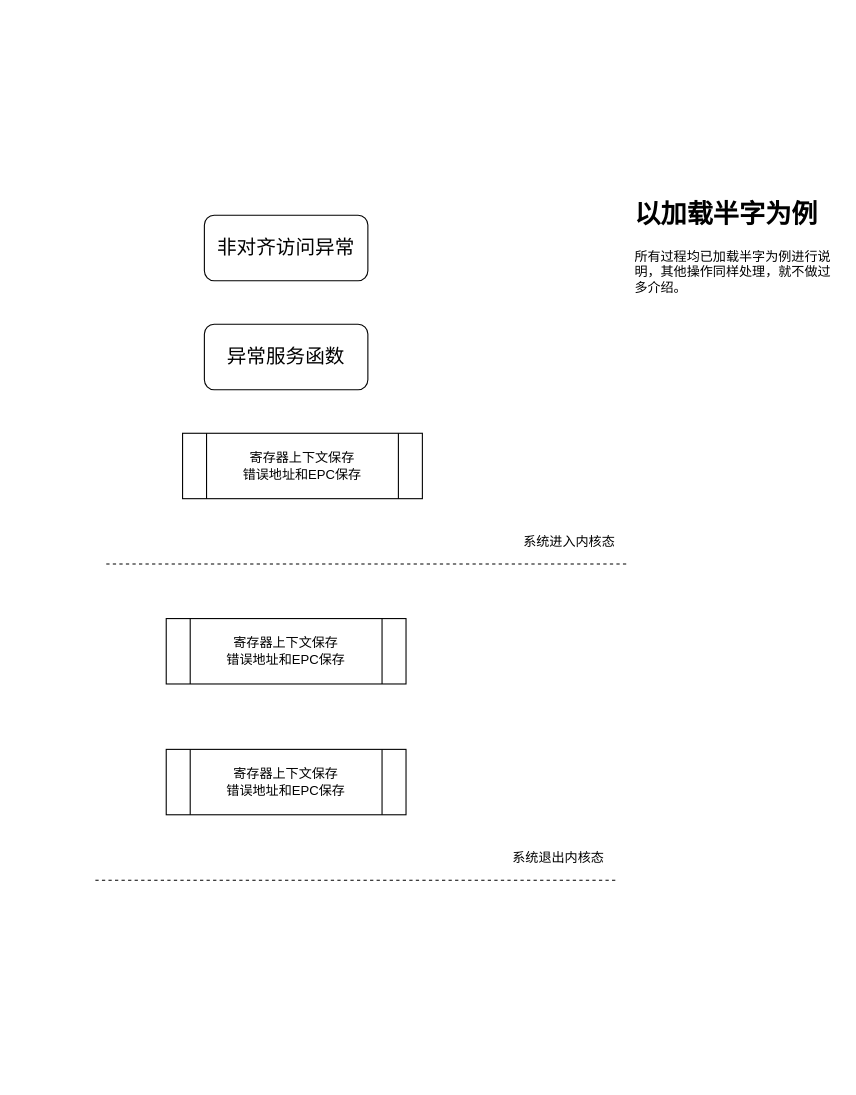
Earlier version of the draw.io diagram page "软件流程图" (2 of 3) of draw/SylixOS handle unaligned acesses.drawio (peng-fan/drawio). Source tidied: cells renumbered, new cells numbered last; positions are measured from the earlier drawing's top-left corner, leaving out a move shared by most shapes. Both pictures are drawn from the tidied source at 109%, with x=0, y=0 at pixel (95, 193).
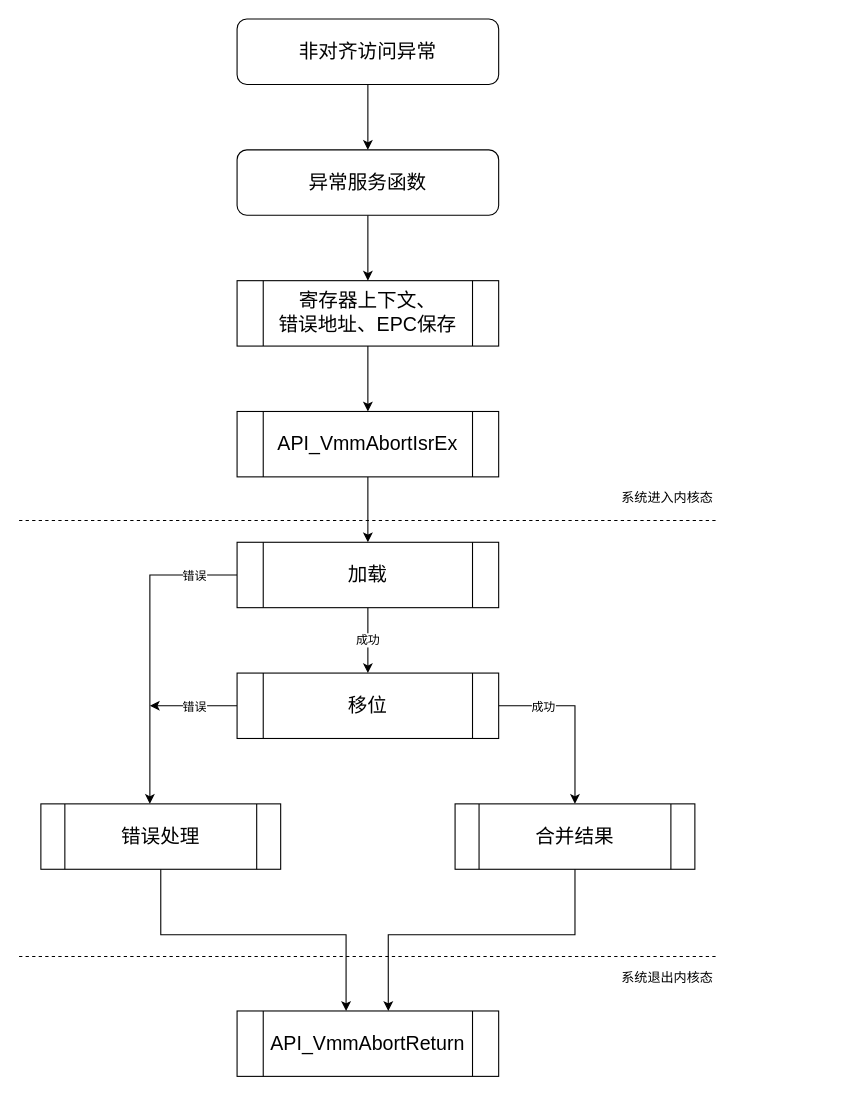
Above is the later version.

The edit, as a diff of the source:
```diff
@@
+    <mxCell id="12" style="edgeStyle=orthogonalEdgeStyle;rounded=0;jettySize=auto;html=1;" parent="1" edge="1" source="2" target="5">
+      <mxGeometry relative="1" as="geometry" />
+    </mxCell>
     <mxCell id="2" value="&lt;font style=&quot;font-size: 18px&quot;&gt;非对齐访问异常&lt;/font&gt;" style="rounded=1;whiteSpace=wrap;html=1;" parent="1" vertex="1">
-      <mxGeometry x="100" y="20" width="150" height="60" as="geometry" />
+      <mxGeometry x="130" y="-160" width="240" height="60" as="geometry" />
     </mxCell>
+    <mxCell id="13" style="edgeStyle=orthogonalEdgeStyle;rounded=0;jettySize=auto;html=1;entryX=0.5;entryY=0;entryDx=0;entryDy=0;" parent="1" edge="1" source="3" target="23">
+      <mxGeometry relative="1" as="geometry" />
+    </mxCell>
-    <mxCell id="3" value="寄存器上下文保存&lt;br&gt;错误地址和EPC保存" style="shape=process;whiteSpace=wrap;html=1;backgroundOutline=1;" parent="1" vertex="1">
-      <mxGeometry x="80" y="220" width="220" height="60" as="geometry" />
+    <mxCell id="3" value="&lt;font style=&quot;font-size: 18px&quot;&gt;寄存器上下文、&lt;br&gt;错误地址、EPC保存&lt;/font&gt;" style="shape=process;whiteSpace=wrap;html=1;backgroundOutline=1;" parent="1" vertex="1">
+      <mxGeometry x="130" y="80" width="240" height="60" as="geometry" />
     </mxCell>
-    <mxCell id="4" value="&lt;h1&gt;以加载半字为例&lt;/h1&gt;&lt;p&gt;所有过程均已加载半字为例进行说明，其他操作同样处理，就不做过多介绍。&lt;/p&gt;" style="text;html=1;strokeColor=none;fillColor=none;spacing=5;spacingTop=-20;whiteSpace=wrap;overflow=hidden;rounded=0;" parent="1" vertex="1">
-      <mxGeometry x="490" width="190" height="120" as="geometry" />
-    </mxCell>
+    <mxCell id="14" style="edgeStyle=orthogonalEdgeStyle;rounded=0;jettySize=auto;html=1;entryX=0.5;entryY=0;entryDx=0;entryDy=0;" parent="1" edge="1" source="5" target="3">
+      <mxGeometry relative="1" as="geometry" />
+    </mxCell>
     <mxCell id="5" value="&lt;font style=&quot;font-size: 18px&quot;&gt;异常服务函数&lt;/font&gt;" style="rounded=1;whiteSpace=wrap;html=1;" parent="1" vertex="1">
-      <mxGeometry x="100" y="120" width="150" height="60" as="geometry" />
+      <mxGeometry x="130" y="-40" width="240" height="60" as="geometry" />
     </mxCell>
     <mxCell id="6" style="endArrow=none;dashed=1;html=1;" parent="1" edge="1">
       <mxGeometry relative="1" as="geometry">
-        <mxPoint x="10" y="340" as="sourcePoint" />
-        <mxPoint x="490" y="340" as="targetPoint" />
+        <mxPoint x="-70" y="300" as="sourcePoint" />
+        <mxPoint x="570" y="300" as="targetPoint" />
       </mxGeometry>
     </mxCell>
-    <mxCell id="7" value="系统进入内核态" style="text;html=1;strokeColor=none;fillColor=none;align=center;verticalAlign=middle;whiteSpace=wrap;rounded=0;" parent="1" vertex="1">
-      <mxGeometry x="380" y="310" width="110" height="20" as="geometry" />
+    <mxCell id="7" value="&lt;font style=&quot;font-size: 12px&quot;&gt;系统进入内核态&lt;/font&gt;" style="text;html=1;strokeColor=none;fillColor=none;align=center;verticalAlign=middle;whiteSpace=wrap;rounded=0;" parent="1" vertex="1">
+      <mxGeometry x="470" y="270" width="110" height="20" as="geometry" />
     </mxCell>
+    <mxCell id="15" style="edgeStyle=orthogonalEdgeStyle;rounded=0;jettySize=auto;html=1;" parent="1" edge="1" source="8" target="28">
+      <mxGeometry relative="1" as="geometry">
+        <Array as="points">
+          <mxPoint x="50" y="350" />
+        </Array>
+      </mxGeometry>
+    </mxCell>
+    <mxCell id="16" value="错误" style="edgeLabel;html=1;align=center;verticalAlign=middle;" parent="15" vertex="1">
+      <mxGeometry x="-0.66" relative="1" as="geometry">
+        <mxPoint x="9" as="offset" />
+      </mxGeometry>
+    </mxCell>
+    <mxCell id="17" value="成功" style="edgeStyle=orthogonalEdgeStyle;rounded=0;jettySize=auto;html=1;entryX=0.5;entryY=0;entryDx=0;entryDy=0;" parent="1" edge="1" source="8" target="9">
+      <mxGeometry relative="1" as="geometry" />
+    </mxCell>
-    <mxCell id="8" value="寄存器上下文保存&lt;br&gt;错误地址和EPC保存" style="shape=process;whiteSpace=wrap;html=1;backgroundOutline=1;" parent="1" vertex="1">
-      <mxGeometry x="65" y="390" width="220" height="60" as="geometry" />
+    <mxCell id="8" value="&lt;font style=&quot;font-size: 18px&quot;&gt;加载&lt;/font&gt;" style="shape=process;whiteSpace=wrap;html=1;backgroundOutline=1;" parent="1" vertex="1">
+      <mxGeometry x="130" y="320" width="240" height="60" as="geometry" />
     </mxCell>
+    <mxCell id="18" style="edgeStyle=orthogonalEdgeStyle;rounded=0;jettySize=auto;html=1;" parent="1" edge="1" source="9">
+      <mxGeometry relative="1" as="geometry">
+        <mxPoint x="50" y="470" as="targetPoint" />
+      </mxGeometry>
+    </mxCell>
+    <mxCell id="19" value="错误" style="edgeLabel;html=1;align=center;verticalAlign=middle;" parent="18" vertex="1">
+      <mxGeometry x="-0.27" y="2" relative="1" as="geometry">
+        <mxPoint x="-11" y="-2" as="offset" />
+      </mxGeometry>
+    </mxCell>
+    <mxCell id="20" style="edgeStyle=orthogonalEdgeStyle;rounded=0;jettySize=auto;html=1;" parent="1" edge="1" source="9" target="26">
+      <mxGeometry relative="1" as="geometry">
+        <Array as="points">
+          <mxPoint x="440" y="470" />
+        </Array>
+      </mxGeometry>
+    </mxCell>
+    <mxCell id="21" value="成功" style="edgeLabel;html=1;align=center;verticalAlign=middle;" parent="20" vertex="1">
+      <mxGeometry x="-0.31" y="-2" relative="1" as="geometry">
+        <mxPoint x="-15" y="-2" as="offset" />
+      </mxGeometry>
+    </mxCell>
-    <mxCell id="9" value="寄存器上下文保存&lt;br&gt;错误地址和EPC保存" style="shape=process;whiteSpace=wrap;html=1;backgroundOutline=1;" parent="1" vertex="1">
-      <mxGeometry x="65" y="510" width="220" height="60" as="geometry" />
+    <mxCell id="9" value="&lt;font style=&quot;font-size: 18px&quot;&gt;移位&lt;/font&gt;" style="shape=process;whiteSpace=wrap;html=1;backgroundOutline=1;" parent="1" vertex="1">
+      <mxGeometry x="130" y="440" width="240" height="60" as="geometry" />
     </mxCell>
     <mxCell id="10" style="endArrow=none;dashed=1;html=1;" parent="1" edge="1">
       <mxGeometry relative="1" as="geometry">
-        <mxPoint y="630" as="sourcePoint" />
-        <mxPoint x="480" y="630" as="targetPoint" />
+        <mxPoint x="-70" y="700" as="sourcePoint" />
+        <mxPoint x="570" y="700" as="targetPoint" />
       </mxGeometry>
     </mxCell>
     <mxCell id="11" value="系统退出内核态" style="text;html=1;strokeColor=none;fillColor=none;align=center;verticalAlign=middle;whiteSpace=wrap;rounded=0;" parent="1" vertex="1">
-      <mxGeometry x="370" y="600" width="110" height="20" as="geometry" />
+      <mxGeometry x="470" y="710" width="110" height="20" as="geometry" />
     </mxCell>
+    <mxCell id="22" style="edgeStyle=orthogonalEdgeStyle;rounded=0;jettySize=auto;html=1;entryX=0.5;entryY=0;entryDx=0;entryDy=0;" parent="1" edge="1" source="23" target="8">
+      <mxGeometry relative="1" as="geometry" />
+    </mxCell>
+    <mxCell id="23" value="&lt;span style=&quot;font-size: 18px ; text-align: left&quot;&gt;API_VmmAbortIsrEx&lt;/span&gt;" style="shape=process;whiteSpace=wrap;html=1;backgroundOutline=1;" parent="1" vertex="1">
+      <mxGeometry x="130" y="200" width="240" height="60" as="geometry" />
+    </mxCell>
+    <mxCell id="24" value="&lt;span style=&quot;font-size: 18px ; text-align: left&quot;&gt;API_VmmAbortReturn&lt;/span&gt;" style="shape=process;whiteSpace=wrap;html=1;backgroundOutline=1;" parent="1" vertex="1">
+      <mxGeometry x="130" y="750" width="240" height="60" as="geometry" />
+    </mxCell>
+    <mxCell id="25" style="edgeStyle=orthogonalEdgeStyle;rounded=0;jettySize=auto;html=1;entryX=0.578;entryY=0;entryDx=0;entryDy=0;entryPerimeter=0;" parent="1" edge="1" source="26" target="24">
+      <mxGeometry relative="1" as="geometry">
+        <Array as="points">
+          <mxPoint x="440" y="680" />
+          <mxPoint x="269" y="680" />
+        </Array>
+      </mxGeometry>
+    </mxCell>
+    <mxCell id="26" value="&lt;font style=&quot;font-size: 18px&quot;&gt;合并结果&lt;/font&gt;" style="shape=process;whiteSpace=wrap;html=1;backgroundOutline=1;" parent="1" vertex="1">
+      <mxGeometry x="330" y="560" width="220" height="60" as="geometry" />
+    </mxCell>
+    <mxCell id="27" style="edgeStyle=orthogonalEdgeStyle;rounded=0;jettySize=auto;html=1;" parent="1" edge="1" source="28" target="24">
+      <mxGeometry relative="1" as="geometry">
+        <Array as="points">
+          <mxPoint x="60" y="680" />
+          <mxPoint x="230" y="680" />
+        </Array>
+      </mxGeometry>
+    </mxCell>
+    <mxCell id="28" value="&lt;font style=&quot;font-size: 18px&quot;&gt;错误处理&lt;/font&gt;" style="shape=process;whiteSpace=wrap;html=1;backgroundOutline=1;" parent="1" vertex="1">
+      <mxGeometry x="-50" y="560" width="220" height="60" as="geometry" />
+    </mxCell>
```
